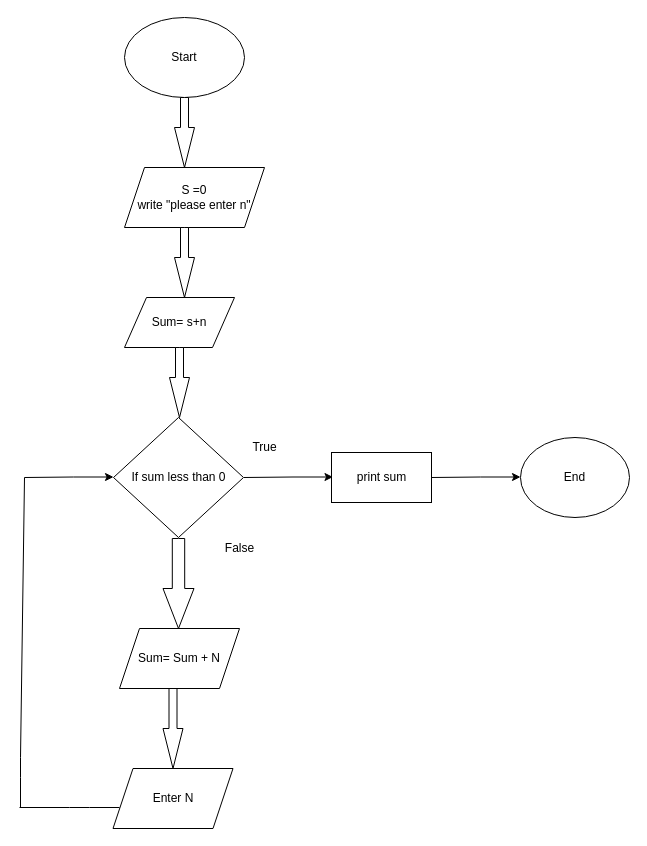
Earlier version of the draw.io diagram Untitled Diagram.drawio (KoolC2/alx-onboarding). Source tidied: cells renumbered, new cells numbered last; positions are measured from the earlier drawing's top-left corner, leaving out a move shared by most shapes. Both pictures are drawn from the tidied source at 100%, with x=0, y=0 at pixel (19, 17).
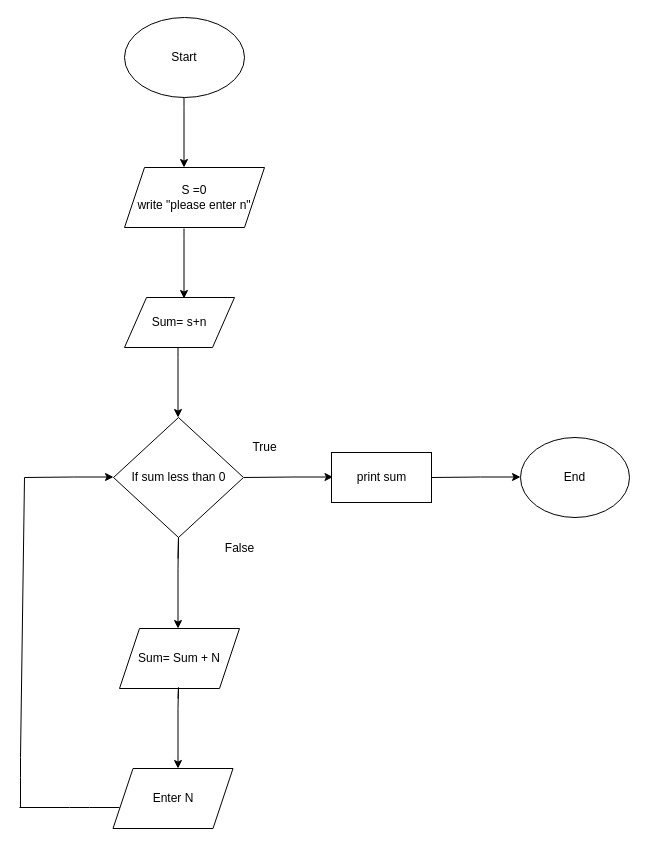
The same diagram, later.

What changed in the source:
```diff
@@
-    <mxCell id="3" style="html=1;shadow=0;dashed=0;align=center;verticalAlign=middle;shape=mxgraph.arrows2.arrow;dy=0.6;dx=40;direction=south;notch=0;" parent="1" vertex="1">
-      <mxGeometry x="155" y="80" width="20" height="70" as="geometry" />
-    </mxCell>
@@
-    <mxCell id="6" style="html=1;shadow=0;dashed=0;align=center;verticalAlign=middle;shape=mxgraph.arrows2.arrow;dy=0.6;dx=40;direction=south;notch=0;" parent="1" vertex="1">
-      <mxGeometry x="155" y="210" width="20" height="70" as="geometry" />
-    </mxCell>
@@
-    <mxCell id="8" style="html=1;shadow=0;dashed=0;align=center;verticalAlign=middle;shape=mxgraph.arrows2.arrow;dy=0.6;dx=40;direction=south;notch=0;" parent="1" vertex="1">
-      <mxGeometry x="150" y="330" width="20" height="70" as="geometry" />
-    </mxCell>
@@
-    <mxCell id="10" style="html=1;shadow=0;dashed=0;align=center;verticalAlign=middle;shape=mxgraph.arrows2.arrow;dy=0.6;dx=40;direction=south;notch=0;" parent="1" vertex="1">
-      <mxGeometry x="143.5" y="521" width="31" height="90" as="geometry" />
-    </mxCell>
@@
-    <mxCell id="15" style="html=1;shadow=0;dashed=0;align=center;verticalAlign=middle;shape=mxgraph.arrows2.arrow;dy=0.6;dx=40;direction=south;notch=0;" parent="1" vertex="1">
-      <mxGeometry x="143.5" y="671" width="20" height="80" as="geometry" />
-    </mxCell>
@@
+    <mxCell id="22" style="endArrow=classic;html=1;rounded=0;" parent="1" edge="1">
+      <mxGeometry relative="1" as="geometry">
+        <mxPoint x="158.5" y="681" as="sourcePoint" />
+        <mxPoint x="158.5" y="751" as="targetPoint" />
+        <Array as="points">
+          <mxPoint x="159" y="670" />
+          <mxPoint x="158.5" y="691" />
+        </Array>
+      </mxGeometry>
+    </mxCell>
+    <mxCell id="23" style="endArrow=classic;html=1;rounded=0;" parent="1" edge="1">
+      <mxGeometry relative="1" as="geometry">
+        <mxPoint x="158.5" y="541" as="sourcePoint" />
+        <mxPoint x="158.5" y="611" as="targetPoint" />
+        <Array as="points">
+          <mxPoint x="159" y="520" />
+          <mxPoint x="158.5" y="551" />
+        </Array>
+      </mxGeometry>
+    </mxCell>
+    <mxCell id="24" style="endArrow=classic;html=1;rounded=0;" parent="1" edge="1">
+      <mxGeometry relative="1" as="geometry">
+        <mxPoint x="164.5" y="80" as="sourcePoint" />
+        <mxPoint x="164.5" y="150" as="targetPoint" />
+        <Array as="points">
+          <mxPoint x="164.5" y="90" />
+        </Array>
+      </mxGeometry>
+    </mxCell>
+    <mxCell id="25" style="endArrow=classic;html=1;rounded=0;" parent="1" edge="1">
+      <mxGeometry relative="1" as="geometry">
+        <mxPoint x="164.5" y="211" as="sourcePoint" />
+        <mxPoint x="164.5" y="281" as="targetPoint" />
+        <Array as="points">
+          <mxPoint x="164.5" y="221" />
+        </Array>
+      </mxGeometry>
+    </mxCell>
+    <mxCell id="26" style="endArrow=classic;html=1;rounded=0;" parent="1" edge="1">
+      <mxGeometry relative="1" as="geometry">
+        <mxPoint x="158.5" y="330" as="sourcePoint" />
+        <mxPoint x="158.5" y="400" as="targetPoint" />
+        <Array as="points">
+          <mxPoint x="158.5" y="340" />
+        </Array>
+      </mxGeometry>
+    </mxCell>
```
